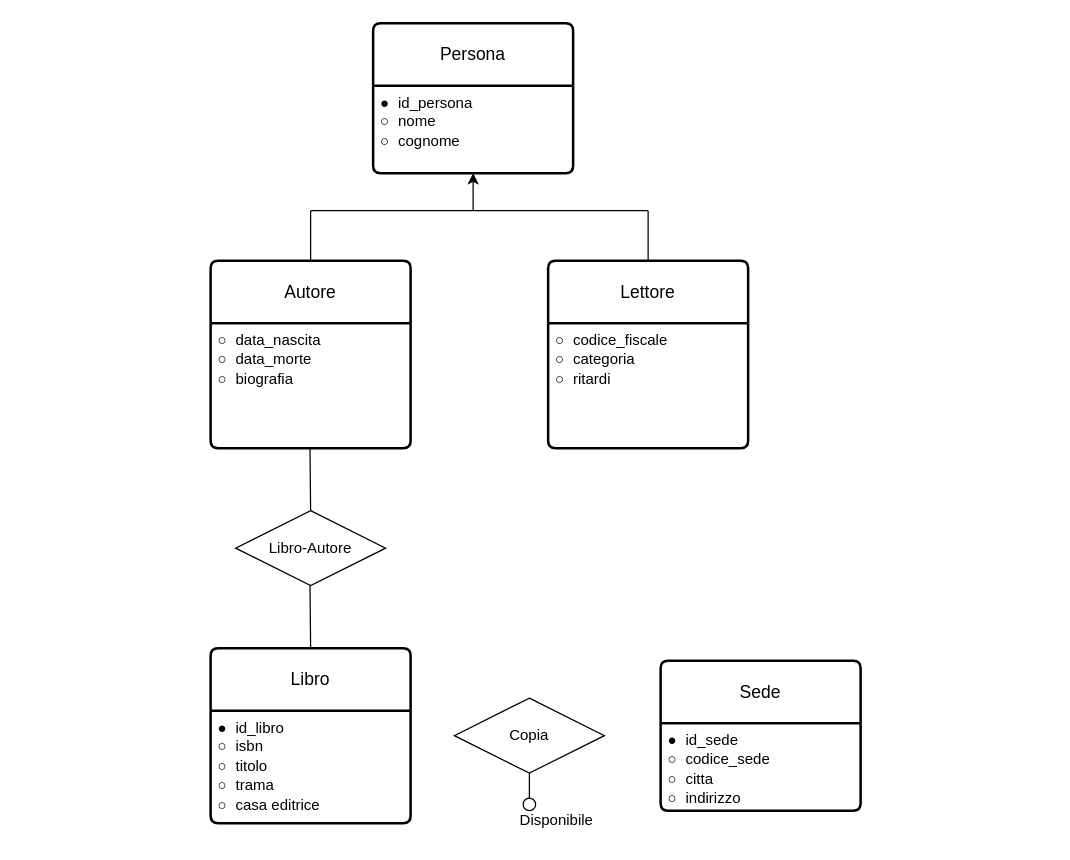
Above: Untitled Diagram.drawio in jaczao/library-management-system (draw.io), before the change. Source tidied: cells renumbered, new cells numbered last; positions are measured from the earlier drawing's top-left corner, leaving out a move shared by most shapes. Both pictures are drawn from the tidied source at 125%, with x=0, y=0 at pixel (210, 22).
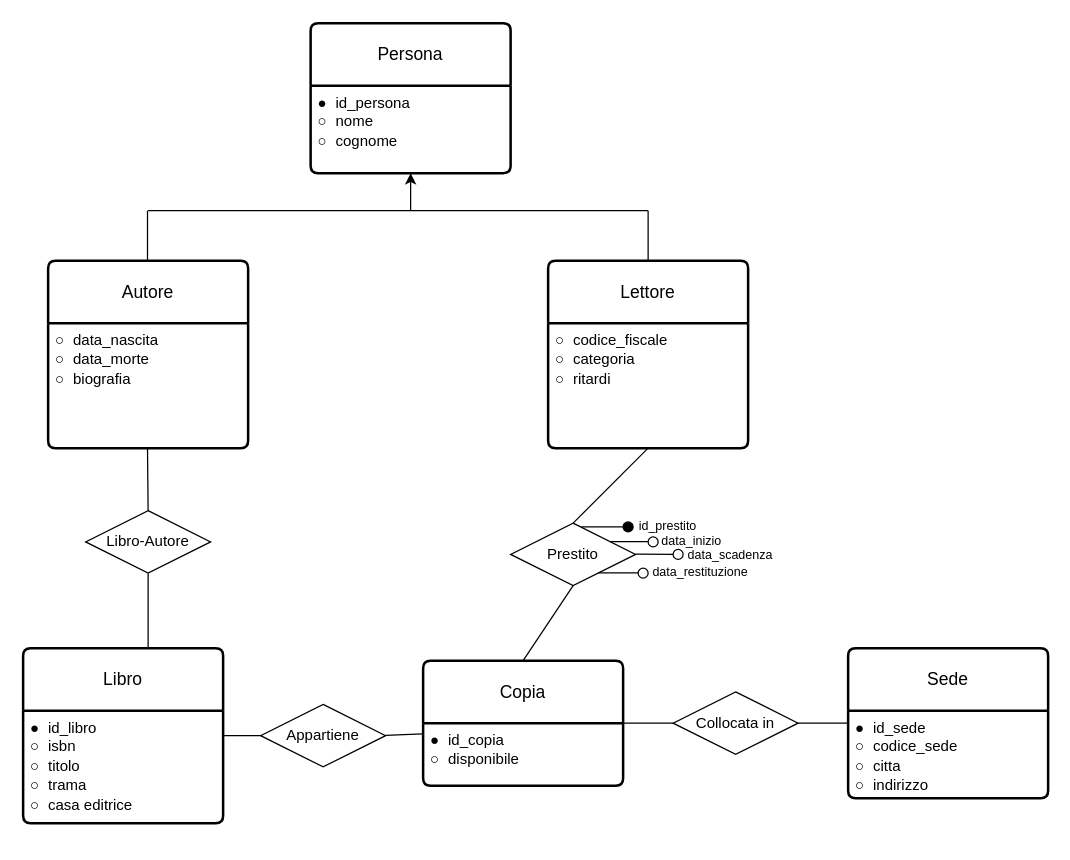
After the change.

The change refers to these unchanged cells:
```xml
<mxCell id="7" value="&lt;code style=&quot;white-space: normal;&quot;&gt;○&amp;nbsp;&lt;/code&gt;codice_fiscale&lt;br&gt;&lt;div&gt;&lt;code style=&quot;white-space: normal;&quot;&gt;○&amp;nbsp;&lt;/code&gt;categoria&lt;br&gt;&lt;/div&gt;&lt;div&gt;&lt;code style=&quot;white-space: normal;&quot;&gt;○&amp;nbsp;&lt;/code&gt;ritardi&lt;br&gt;&lt;/div&gt;" style="align=left;strokeColor=none;fillColor=none;spacingLeft=4;fontSize=12;verticalAlign=top;html=1;" parent="6" vertex="1">
  <mxGeometry y="50" width="160" height="100" as="geometry" />
</mxCell>
<mxCell id="11" value="&lt;code style=&quot;white-space: normal;&quot;&gt;●&amp;nbsp;&lt;/code&gt;id_persona&lt;br&gt;&lt;code style=&quot;white-space: normal;&quot;&gt;○&amp;nbsp;&lt;/code&gt;nome&lt;div&gt;&lt;code style=&quot;white-space: normal;&quot;&gt;○&amp;nbsp;&lt;/code&gt;cognome&lt;br&gt;&lt;/div&gt;" style="align=left;strokeColor=none;fillColor=none;spacingLeft=4;fontSize=12;verticalAlign=top;html=1;" parent="10" vertex="1">
  <mxGeometry y="50" width="160" height="70" as="geometry" />
</mxCell>
```

What changed in the source:
```diff
@@
     <mxCell id="2" value="Libro" style="swimlane;horizontal=1;startSize=50;rounded=1;fontSize=14;fontStyle=0;strokeWidth=2;shadow=0;dashed=0;align=center;arcSize=4;whiteSpace=wrap;html=1;" parent="1" vertex="1">
-      <mxGeometry y="500" width="160" height="140" as="geometry" />
+      <mxGeometry x="-150" y="500" width="160" height="140" as="geometry" />
     </mxCell>
@@
     <mxCell id="4" value="Autore" style="swimlane;horizontal=1;startSize=50;rounded=1;fontSize=14;fontStyle=0;strokeWidth=2;shadow=0;dashed=0;align=center;arcSize=4;whiteSpace=wrap;html=1;" parent="1" vertex="1">
-      <mxGeometry y="190" width="160" height="150" as="geometry" />
+      <mxGeometry x="-130" y="190" width="160" height="150" as="geometry" />
     </mxCell>
@@
     <mxCell id="8" value="Sede" style="swimlane;horizontal=1;startSize=50;rounded=1;fontSize=14;fontStyle=0;strokeWidth=2;shadow=0;dashed=0;align=center;arcSize=4;whiteSpace=wrap;html=1;" parent="1" vertex="1">
-      <mxGeometry x="360" y="510" width="160" height="120" as="geometry" />
+      <mxGeometry x="510" y="500" width="160" height="120" as="geometry" />
     </mxCell>
@@
     <mxCell id="10" value="Persona" style="swimlane;horizontal=1;startSize=50;rounded=1;fontSize=14;fontStyle=0;strokeWidth=2;shadow=0;dashed=0;align=center;arcSize=4;whiteSpace=wrap;html=1;" parent="1" vertex="1">
-      <mxGeometry x="130" width="160" height="120" as="geometry" />
+      <mxGeometry x="80" width="160" height="120" as="geometry" />
     </mxCell>
@@
     <mxCell id="12" style="endArrow=classic;html=1;rounded=0;entryX=0.5;entryY=1;entryDx=0;entryDy=0;" parent="1" edge="1" target="11">
       <mxGeometry relative="1" as="geometry">
-        <mxPoint x="210" y="150" as="sourcePoint" />
+        <mxPoint x="160" y="150" as="sourcePoint" />
       </mxGeometry>
     </mxCell>
     <mxCell id="13" style="endArrow=none;html=1;rounded=0;" parent="1" edge="1">
       <mxGeometry relative="1" as="geometry">
-        <mxPoint x="80" y="150" as="sourcePoint" />
+        <mxPoint x="-50" y="150" as="sourcePoint" />
         <mxPoint x="350" y="150" as="targetPoint" />
       </mxGeometry>
     </mxCell>
     <mxCell id="14" style="endArrow=none;html=1;rounded=0;" parent="1" edge="1">
       <mxGeometry relative="1" as="geometry">
-        <mxPoint x="80" y="190" as="sourcePoint" />
-        <mxPoint x="80" y="150" as="targetPoint" />
+        <mxPoint x="-50.5" y="190" as="sourcePoint" />
+        <mxPoint x="-50.5" y="150" as="targetPoint" />
       </mxGeometry>
     </mxCell>
@@
     <mxCell id="16" value="Libro-Autore" style="shape=rhombus;perimeter=rhombusPerimeter;whiteSpace=wrap;html=1;align=center;" parent="1" vertex="1">
-      <mxGeometry x="20" y="390" width="120" height="60" as="geometry" />
+      <mxGeometry x="-100" y="390" width="100" height="50" as="geometry" />
     </mxCell>
-    <mxCell id="17" value="Copia" style="shape=rhombus;perimeter=rhombusPerimeter;whiteSpace=wrap;html=1;align=center;" parent="1" vertex="1">
-      <mxGeometry x="195" y="540" width="120" height="60" as="geometry" />
-    </mxCell>
     <mxCell id="18" style="endArrow=none;html=1;rounded=0;" parent="1" edge="1">
       <mxGeometry relative="1" as="geometry">
-        <mxPoint x="80" y="390" as="sourcePoint" />
-        <mxPoint x="79.5" y="340" as="targetPoint" />
+        <mxPoint x="-50" y="390" as="sourcePoint" />
+        <mxPoint x="-50.5" y="340" as="targetPoint" />
       </mxGeometry>
     </mxCell>
-    <mxCell id="19" style="endArrow=none;html=1;rounded=0;" parent="1" edge="1">
+    <mxCell id="19" style="endArrow=none;html=1;rounded=0;entryX=0.5;entryY=1;entryDx=0;entryDy=0;" parent="1" edge="1" target="16">
       <mxGeometry relative="1" as="geometry">
-        <mxPoint x="80" y="500" as="sourcePoint" />
-        <mxPoint x="79.5" y="450" as="targetPoint" />
+        <mxPoint x="-50" y="500" as="sourcePoint" />
       </mxGeometry>
     </mxCell>
-    <mxCell id="20" style="endArrow=none;html=1;rounded=0;" parent="1" edge="1">
-      <mxGeometry relative="1" as="geometry">
-        <mxPoint x="255" y="620" as="sourcePoint" />
-        <mxPoint x="255" y="600" as="targetPoint" />
-      </mxGeometry>
-    </mxCell>
-    <mxCell id="21" style="ellipse;whiteSpace=wrap;html=1;" parent="1" vertex="1">
-      <mxGeometry x="250" y="620" width="10" height="10" as="geometry" />
-    </mxCell>
-    <mxCell id="22" value="Disponibile" style="text;html=1;align=center;verticalAlign=middle;whiteSpace=wrap;rounded=0;" parent="1" vertex="1">
-      <mxGeometry x="247" y="623" width="60" height="30" as="geometry" />
-    </mxCell>
+    <mxCell id="17" value="Copia" style="swimlane;horizontal=1;startSize=50;rounded=1;fontSize=14;fontStyle=0;strokeWidth=2;shadow=0;dashed=0;align=center;arcSize=4;whiteSpace=wrap;html=1;" parent="1" vertex="1">
+      <mxGeometry x="170" y="510" width="160" height="100" as="geometry" />
+    </mxCell>
+    <mxCell id="23" value="&lt;code style=&quot;white-space: normal;&quot;&gt;●&amp;nbsp;&lt;/code&gt;id_copia&lt;br&gt;&lt;code style=&quot;white-space: normal;&quot;&gt;○&amp;nbsp;&lt;/code&gt;disponibile" style="align=left;strokeColor=none;fillColor=none;spacingLeft=4;fontSize=12;verticalAlign=top;html=1;" parent="17" vertex="1">
+      <mxGeometry y="50" width="160" height="50" as="geometry" />
+    </mxCell>
+    <mxCell id="24" value="Appartiene" style="shape=rhombus;perimeter=rhombusPerimeter;whiteSpace=wrap;html=1;align=center;" parent="1" vertex="1">
+      <mxGeometry x="40" y="545" width="100" height="50" as="geometry" />
+    </mxCell>
+    <mxCell id="25" value="Collocata in" style="shape=rhombus;perimeter=rhombusPerimeter;whiteSpace=wrap;html=1;align=center;" parent="1" vertex="1">
+      <mxGeometry x="370" y="535" width="100" height="50" as="geometry" />
+    </mxCell>
+    <mxCell id="26" style="endArrow=none;html=1;rounded=0;entryX=0;entryY=0.5;entryDx=0;entryDy=0;" parent="1" edge="1" target="24">
+      <mxGeometry relative="1" as="geometry">
+        <mxPoint x="10" y="570" as="sourcePoint" />
+      </mxGeometry>
+    </mxCell>
+    <mxCell id="27" style="endArrow=none;html=1;rounded=0;entryX=-0.003;entryY=0.171;entryDx=0;entryDy=0;entryPerimeter=0;" parent="1" edge="1" target="23">
+      <mxGeometry relative="1" as="geometry">
+        <mxPoint x="140" y="569.8" as="sourcePoint" />
+      </mxGeometry>
+    </mxCell>
+    <mxCell id="28" style="endArrow=none;html=1;rounded=0;entryX=0;entryY=0.5;entryDx=0;entryDy=0;exitX=1;exitY=0;exitDx=0;exitDy=0;" parent="1" edge="1" source="23" target="25">
+      <mxGeometry relative="1" as="geometry" />
+    </mxCell>
+    <mxCell id="29" style="endArrow=none;html=1;rounded=0;entryX=0;entryY=0.5;entryDx=0;entryDy=0;exitX=1;exitY=0.5;exitDx=0;exitDy=0;" parent="1" edge="1" source="25" target="8">
+      <mxGeometry relative="1" as="geometry" />
+    </mxCell>
+    <mxCell id="30" value="Prestito" style="shape=rhombus;perimeter=rhombusPerimeter;whiteSpace=wrap;html=1;align=center;" parent="1" vertex="1">
+      <mxGeometry x="240" y="400" width="100" height="50" as="geometry" />
+    </mxCell>
+    <mxCell id="31" style="endArrow=none;html=1;rounded=0;exitX=0.5;exitY=0;exitDx=0;exitDy=0;entryX=0.5;entryY=1;entryDx=0;entryDy=0;" parent="1" edge="1" source="17" target="30">
+      <mxGeometry relative="1" as="geometry" />
+    </mxCell>
+    <mxCell id="32" style="endArrow=none;html=1;rounded=0;exitX=0.5;exitY=0;exitDx=0;exitDy=0;entryX=0.5;entryY=1;entryDx=0;entryDy=0;" parent="1" edge="1" source="30" target="7">
+      <mxGeometry relative="1" as="geometry" />
+    </mxCell>
+    <mxCell id="33" style="endArrow=none;html=1;rounded=0;exitX=0.567;exitY=0.06;exitDx=0;exitDy=0;exitPerimeter=0;" parent="1" edge="1" source="30">
+      <mxGeometry relative="1" as="geometry">
+        <mxPoint x="330" y="403" as="targetPoint" />
+      </mxGeometry>
+    </mxCell>
+    <mxCell id="34" style="endArrow=none;html=1;rounded=0;exitX=0.567;exitY=0.06;exitDx=0;exitDy=0;exitPerimeter=0;" parent="1" edge="1">
+      <mxGeometry relative="1" as="geometry">
+        <mxPoint x="320" y="414.8" as="sourcePoint" />
+        <mxPoint x="353" y="414.8" as="targetPoint" />
+      </mxGeometry>
+    </mxCell>
+    <mxCell id="35" style="endArrow=none;html=1;rounded=0;exitX=0.567;exitY=0.06;exitDx=0;exitDy=0;exitPerimeter=0;" parent="1" edge="1" source="40">
+      <mxGeometry relative="1" as="geometry">
+        <mxPoint x="373" y="424.8" as="targetPoint" />
+      </mxGeometry>
+    </mxCell>
+    <mxCell id="36" style="endArrow=none;html=1;rounded=0;exitX=0.567;exitY=0.06;exitDx=0;exitDy=0;exitPerimeter=0;" parent="1" edge="1">
+      <mxGeometry relative="1" as="geometry">
+        <mxPoint x="310" y="439.7" as="sourcePoint" />
+        <mxPoint x="343" y="439.7" as="targetPoint" />
+      </mxGeometry>
+    </mxCell>
+    <mxCell id="37" style="ellipse;whiteSpace=wrap;html=1;fillColor=#000000;" parent="1" vertex="1">
+      <mxGeometry x="330" y="399" width="8" height="8" as="geometry" />
+    </mxCell>
+    <mxCell id="38" style="ellipse;whiteSpace=wrap;html=1;" parent="1" vertex="1">
+      <mxGeometry x="350" y="411" width="8" height="8" as="geometry" />
+    </mxCell>
+    <mxCell id="39" style="endArrow=none;html=1;rounded=0;exitX=0.567;exitY=0.06;exitDx=0;exitDy=0;exitPerimeter=0;" parent="1" edge="1" target="40">
+      <mxGeometry relative="1" as="geometry">
+        <mxPoint x="340" y="424.8" as="sourcePoint" />
+      </mxGeometry>
+    </mxCell>
+    <mxCell id="40" style="ellipse;whiteSpace=wrap;html=1;" parent="1" vertex="1">
+      <mxGeometry x="370" y="421" width="8" height="8" as="geometry" />
+    </mxCell>
+    <mxCell id="41" style="ellipse;whiteSpace=wrap;html=1;" parent="1" vertex="1">
+      <mxGeometry x="342" y="436" width="8" height="8" as="geometry" />
+    </mxCell>
+    <mxCell id="42" value="id_prestito" style="text;html=1;align=center;verticalAlign=middle;whiteSpace=wrap;rounded=0;fontSize=10;" parent="1" vertex="1">
+      <mxGeometry x="336" y="387" width="60" height="30" as="geometry" />
+    </mxCell>
+    <mxCell id="43" value="data_inizio" style="text;html=1;align=center;verticalAlign=middle;whiteSpace=wrap;rounded=0;fontSize=10;" parent="1" vertex="1">
+      <mxGeometry x="355" y="399" width="60" height="30" as="geometry" />
+    </mxCell>
+    <mxCell id="44" value="data_scadenza" style="text;html=1;align=center;verticalAlign=middle;whiteSpace=wrap;rounded=0;fontSize=10;" parent="1" vertex="1">
+      <mxGeometry x="386" y="410" width="60" height="30" as="geometry" />
+    </mxCell>
+    <mxCell id="45" value="data_restituzione" style="text;html=1;align=center;verticalAlign=middle;whiteSpace=wrap;rounded=0;fontSize=10;" parent="1" vertex="1">
+      <mxGeometry x="362" y="424" width="60" height="30" as="geometry" />
+    </mxCell>
```
